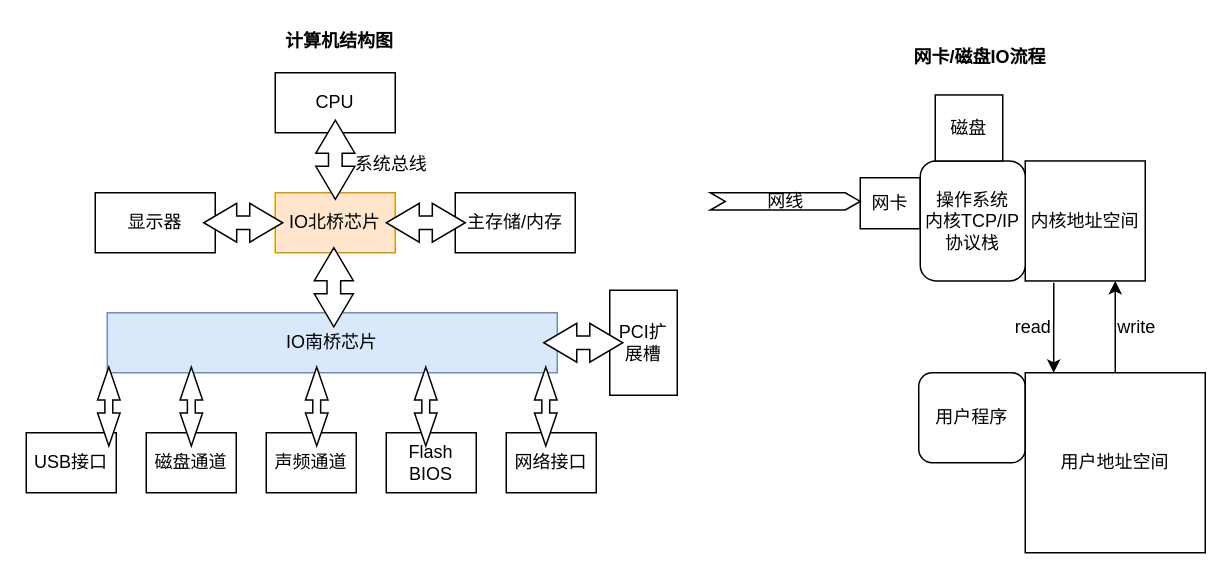
The draw.io diagram epoll.drawio in xuelei20/drawio, before the edit. Source tidied: cells renumbered, new cells numbered last; positions are measured from the earlier drawing's top-left corner, leaving out a move shared by most shapes. Both pictures are drawn from the tidied source at 150%, with x=0, y=0 at pixel (26, 26).
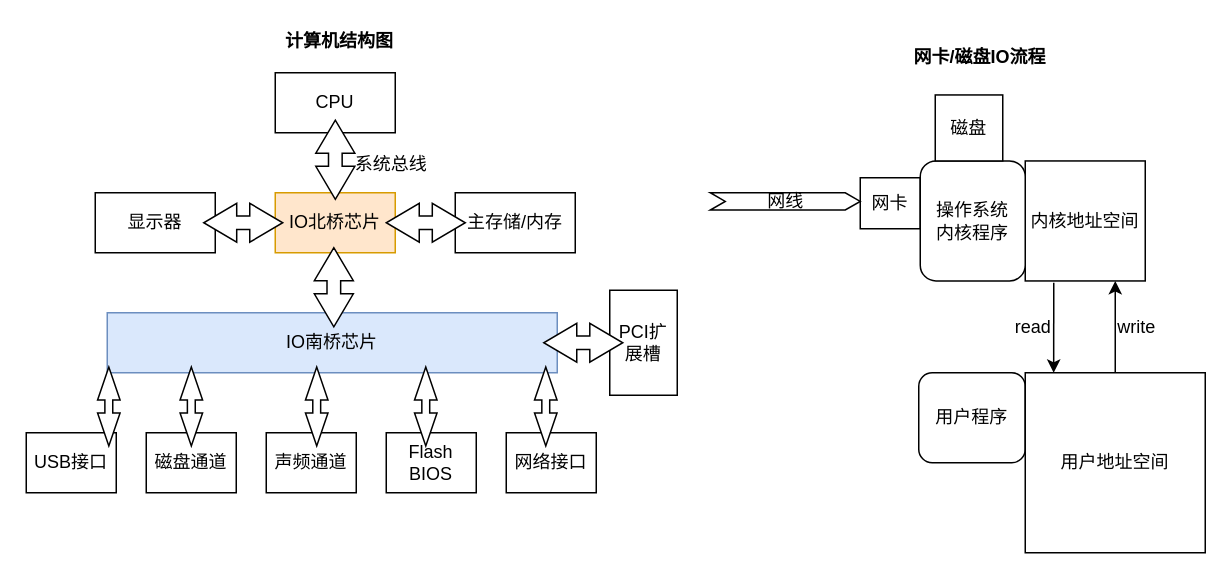
Above is the later version.

What changed in the source:
```diff
@@
-    <mxCell id="29" value="操作系统&lt;br&gt;内核TCP/IP协议栈" style="rounded=1;whiteSpace=wrap;html=1;" parent="1" vertex="1">
+    <mxCell id="29" value="操作系统&lt;br&gt;内核程序" style="rounded=1;whiteSpace=wrap;html=1;" parent="1" vertex="1">
       <mxGeometry x="596" y="89.8" width="70" height="80" as="geometry" />
     </mxCell>
```
